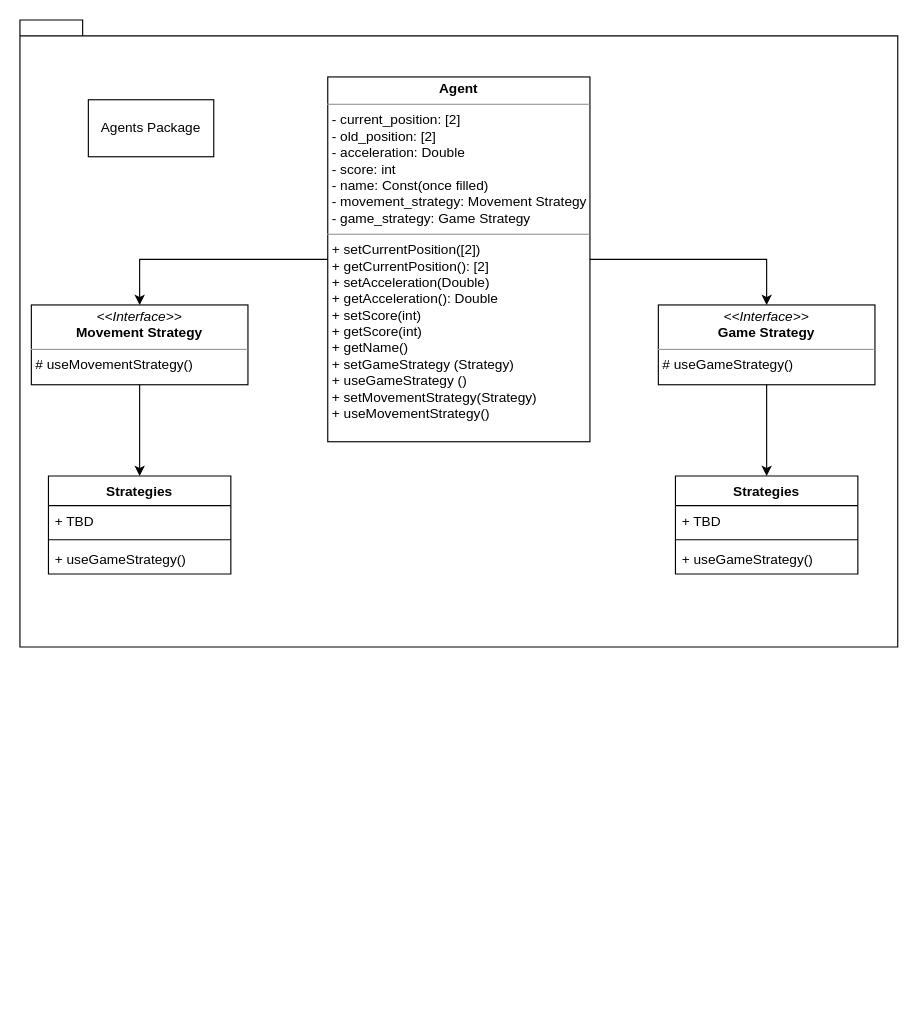
The draw.io diagram Untitled Diagram.drawio in Boland-Unfug/Thesis-python, before the edit. Source tidied: cells renumbered, new cells numbered last; positions are measured from the earlier drawing's top-left corner, leaving out a move shared by most shapes. Both pictures are drawn from the tidied source at 114%, with x=0, y=0 at pixel (19, 19).
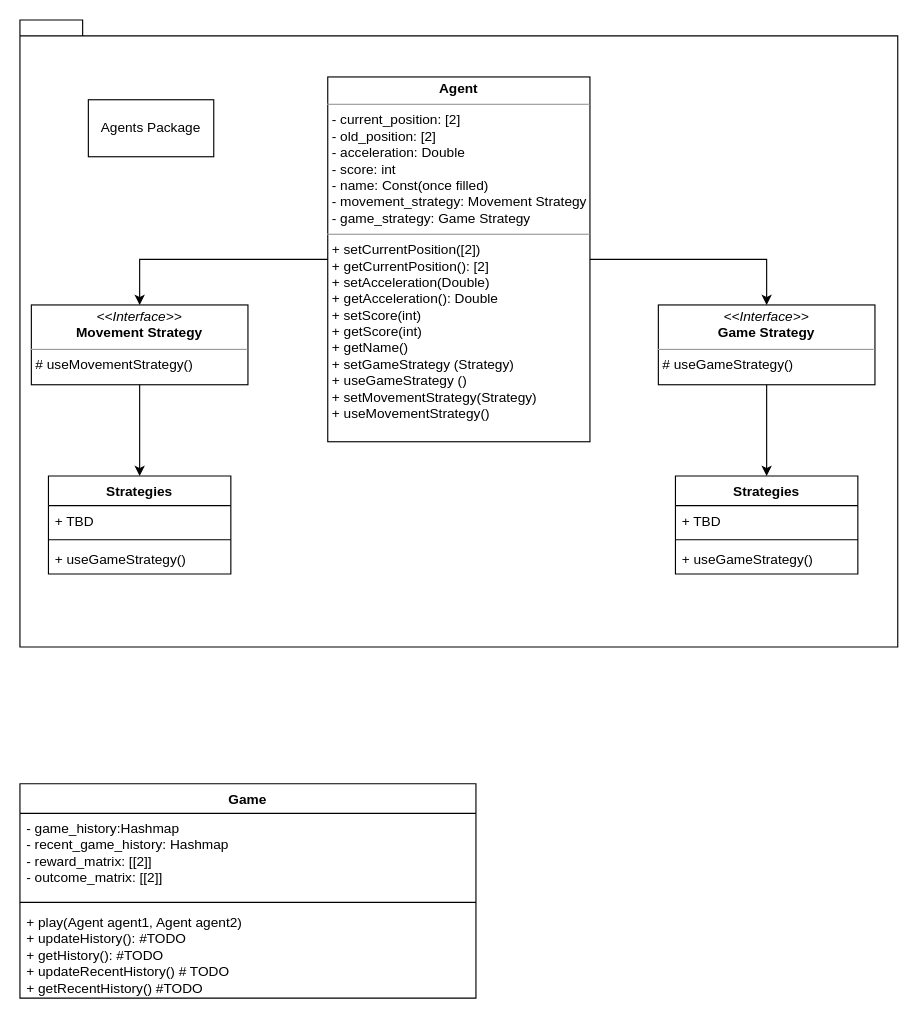
After the change.

Diff of the diagram source:
```diff
@@
+    <mxCell id="21" value="Game" style="swimlane;fontStyle=1;align=center;verticalAlign=top;horizontal=1;startSize=26;whiteSpace=wrap;html=1;" parent="1" vertex="1">
+      <mxGeometry y="670" width="400" height="188" as="geometry" />
+    </mxCell>
+    <mxCell id="22" value="&lt;div&gt;- game_history:Hashmap&lt;/div&gt;&lt;div&gt;- recent_game_history: Hashmap&lt;/div&gt;&lt;div&gt;- reward_matrix: [[2]]&lt;/div&gt;&lt;div&gt;- outcome_matrix: [[2]]&lt;br&gt;&lt;/div&gt;" style="text;strokeColor=none;fillColor=none;align=left;verticalAlign=top;spacingLeft=4;spacingRight=4;overflow=hidden;whiteSpace=wrap;html=1;" parent="21" vertex="1">
+      <mxGeometry y="26" width="400" height="74" as="geometry" />
+    </mxCell>
+    <mxCell id="23" style="line;strokeWidth=1;fillColor=none;align=left;verticalAlign=middle;spacingTop=-1;spacingLeft=3;spacingRight=3;labelPosition=right;strokeColor=inherit;" parent="21" vertex="1">
+      <mxGeometry y="100" width="400" height="8" as="geometry" />
+    </mxCell>
+    <mxCell id="24" value="&lt;div&gt;+ play(Agent agent1, Agent agent2)&lt;/div&gt;&lt;div&gt;+ updateHistory(): #TODO&lt;br&gt;&lt;/div&gt;&lt;div&gt;+ getHistory(): #TODO&lt;/div&gt;&lt;div&gt;+ updateRecentHistory() # TODO&lt;/div&gt;&lt;div&gt;+ getRecentHistory() #TODO&lt;br&gt;&lt;/div&gt;" style="text;strokeColor=none;fillColor=none;align=left;verticalAlign=top;spacingLeft=4;spacingRight=4;overflow=hidden;whiteSpace=wrap;html=1;" parent="21" vertex="1">
+      <mxGeometry y="108" width="400" height="80" as="geometry" />
+    </mxCell>
```
